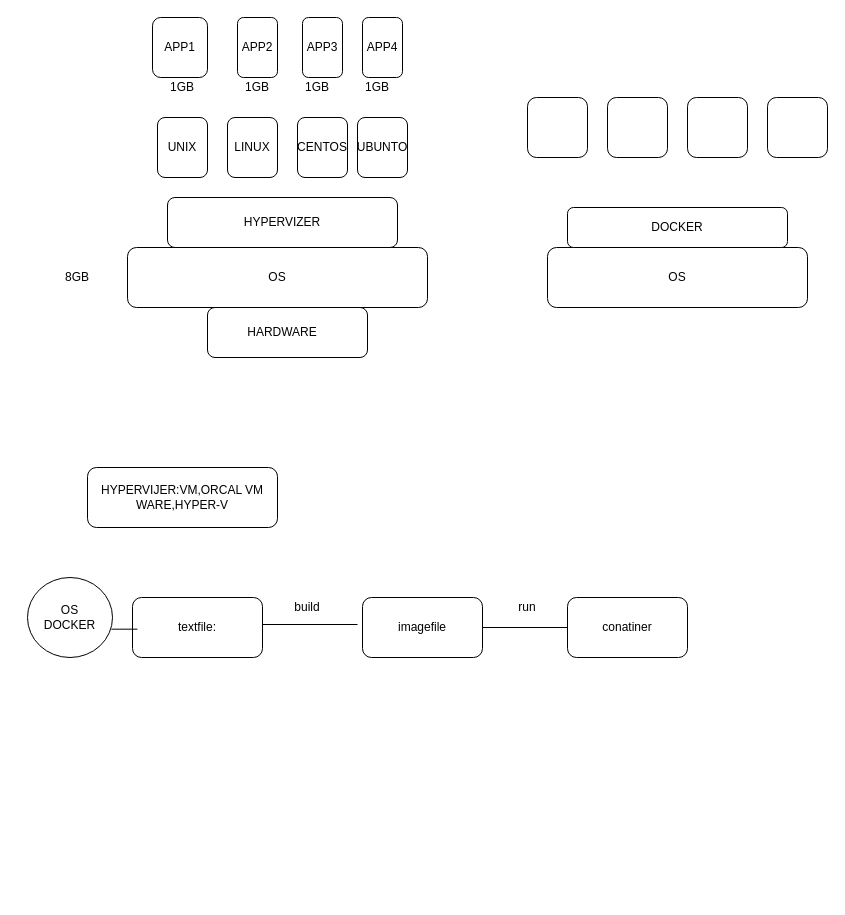
Earlier version of the draw.io diagram DOCKER3.drawio (ashisnishanka/kubernet). Source tidied: cells renumbered, new cells numbered last; positions are measured from the earlier drawing's top-left corner, leaving out a move shared by most shapes. Both pictures are drawn from the tidied source at 100%, with x=0, y=0 at pixel (27, 17).
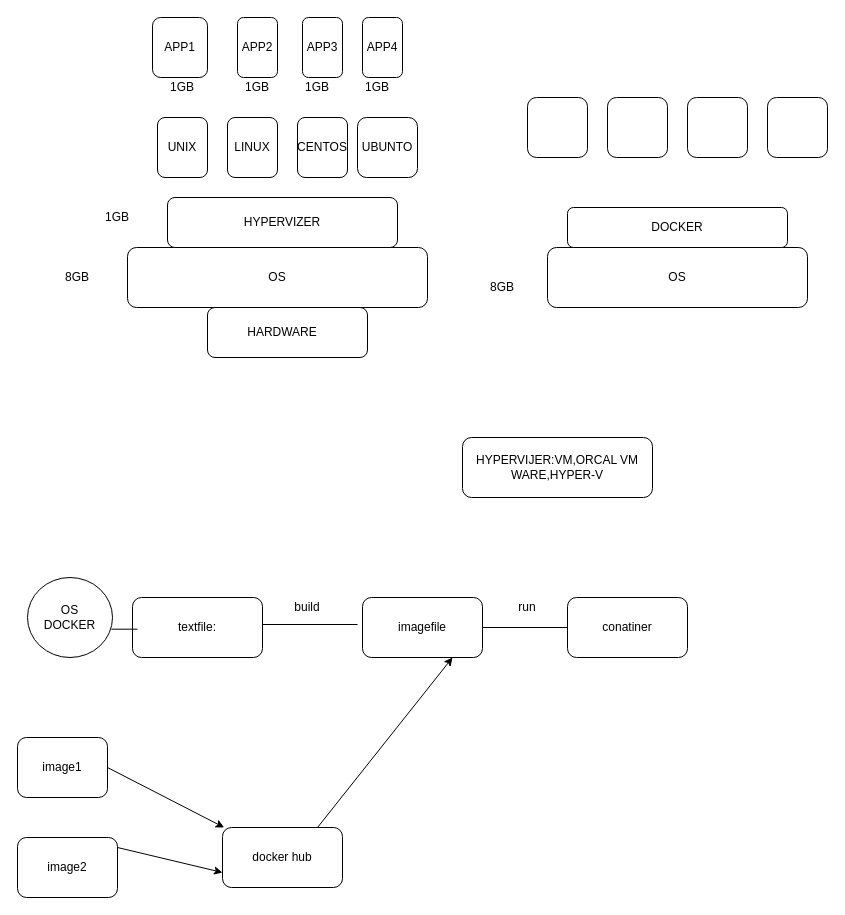
Above is the later version.

The change refers to these unchanged cells:
```xml
<mxCell id="27" value="imagefile" style="rounded=1;whiteSpace=wrap;html=1;" parent="1" vertex="1">
  <mxGeometry x="335" y="580" width="120" height="60" as="geometry" />
</mxCell>
```

The edit, as a diff of the source:
```diff
@@
     <mxCell id="4" value="HYPERVIJER:VM,ORCAL VM WARE,HYPER-V" style="rounded=1;whiteSpace=wrap;html=1;" parent="1" vertex="1">
-      <mxGeometry x="60" y="450" width="190" height="60" as="geometry" />
+      <mxGeometry x="435" y="420" width="190" height="60" as="geometry" />
     </mxCell>
@@
     <mxCell id="8" value="UBUNTO" style="rounded=1;whiteSpace=wrap;html=1;" parent="1" vertex="1">
-      <mxGeometry x="330" y="100" width="50" height="60" as="geometry" />
+      <mxGeometry x="330" y="100" width="60" height="60" as="geometry" />
     </mxCell>
@@
+    <mxCell id="35" value="1GB" style="text;html=1;strokeColor=none;fillColor=none;align=center;verticalAlign=middle;whiteSpace=wrap;rounded=0;" parent="1" vertex="1">
+      <mxGeometry x="70" y="190" width="40" height="20" as="geometry" />
+    </mxCell>
+    <mxCell id="36" value="8GB" style="text;html=1;strokeColor=none;fillColor=none;align=center;verticalAlign=middle;whiteSpace=wrap;rounded=0;" parent="1" vertex="1">
+      <mxGeometry x="455" y="260" width="40" height="20" as="geometry" />
+    </mxCell>
+    <mxCell id="37" value="docker hub" style="rounded=1;whiteSpace=wrap;html=1;" parent="1" vertex="1">
+      <mxGeometry x="195" y="810" width="120" height="60" as="geometry" />
+    </mxCell>
+    <mxCell id="38" value="image1" style="rounded=1;whiteSpace=wrap;html=1;" parent="1" vertex="1">
+      <mxGeometry x="-10" y="720" width="90" height="60" as="geometry" />
+    </mxCell>
+    <mxCell id="39" value="image2" style="rounded=1;whiteSpace=wrap;html=1;" parent="1" vertex="1">
+      <mxGeometry x="-10" y="820" width="100" height="60" as="geometry" />
+    </mxCell>
+    <mxCell id="40" style="endArrow=classic;html=1;exitX=1;exitY=0.5;exitDx=0;exitDy=0;" parent="1" edge="1" source="38" target="37">
+      <mxGeometry relative="1" as="geometry" />
+    </mxCell>
+    <mxCell id="41" style="endArrow=classic;html=1;exitX=1;exitY=0.5;exitDx=0;exitDy=0;entryX=0;entryY=0.75;entryDx=0;entryDy=0;" parent="1" edge="1" target="37">
+      <mxGeometry relative="1" as="geometry">
+        <mxPoint x="90" y="830" as="sourcePoint" />
+      </mxGeometry>
+    </mxCell>
+    <mxCell id="42" style="endArrow=classic;html=1;entryX=0.75;entryY=1;entryDx=0;entryDy=0;" parent="1" edge="1" target="27">
+      <mxGeometry relative="1" as="geometry">
+        <mxPoint x="290" y="810" as="sourcePoint" />
+      </mxGeometry>
+    </mxCell>
```
